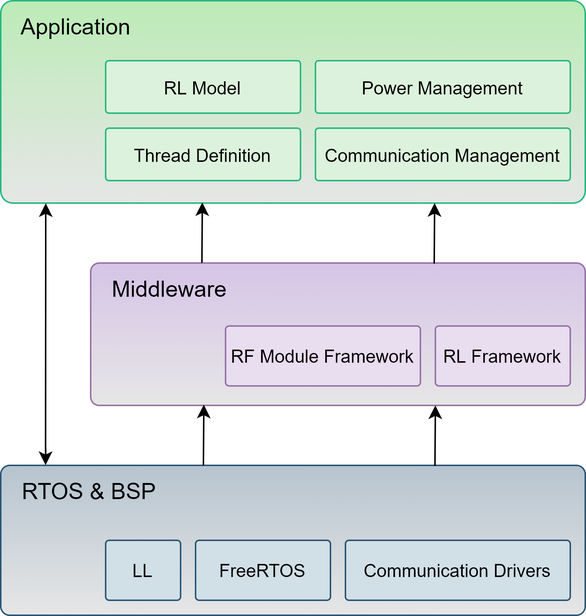
esrg-silent-howl/zephyrus keeps this draw.io diagram as 2. Analysis/4. Software Architecture/software_architecture_local.png. Above is the earlier version. Source tidied: cells renumbered, new cells last; positions are measured from the earlier drawing's top-left corner, leaving out a move shared by most shapes.
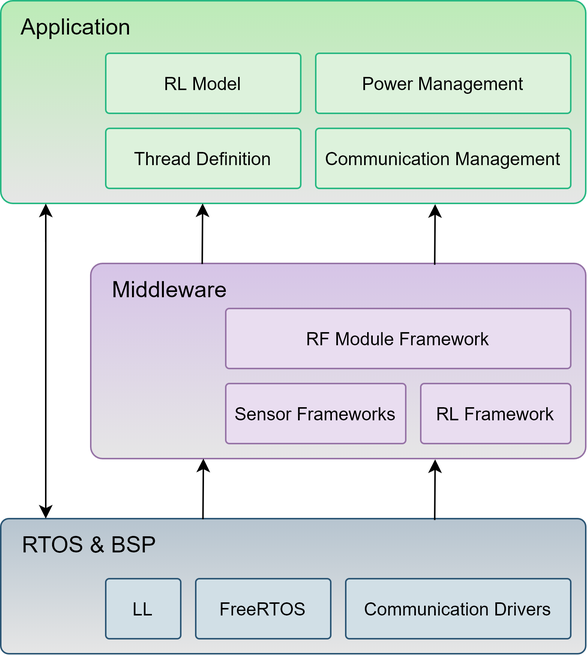
The same diagram one commit later.

Commit message:
ADD: Sensor frameworks added to the local system's Software Overview

The edit, as a diff of the source:
```diff
@@ -3,69 +3,72 @@
     <mxCell id="0" />
     <mxCell id="1" parent="0" />
     <mxCell id="2" value="&amp;nbsp; &amp;nbsp;Application" style="rounded=1;whiteSpace=wrap;html=1;align=left;verticalAlign=top;arcSize=6;fontSize=15;spacingTop=2;fillColor=#BCEBB7;strokeColor=#27B882;gradientColor=#E6E6E6;gradientDirection=south;" parent="1" vertex="1">
-      <mxGeometry width="390" height="135" as="geometry" />
+      <mxGeometry y="-55" width="390" height="135" as="geometry" />
     </mxCell>
     <mxCell id="3" value="&amp;nbsp; &amp;nbsp;Middleware" style="rounded=1;whiteSpace=wrap;html=1;align=left;verticalAlign=top;arcSize=6;fontSize=15;spacingTop=2;strokeColor=#9673a6;fillColor=#D6C4E7;gradientDirection=south;gradientColor=#E6E6E6;" parent="1" vertex="1">
-      <mxGeometry x="60" y="175" width="330" height="95" as="geometry" />
+      <mxGeometry x="60" y="120" width="330" height="130" as="geometry" />
     </mxCell>
     <mxCell id="4" value="&amp;nbsp; &amp;nbsp;RTOS &amp;amp; BSP" style="rounded=1;whiteSpace=wrap;html=1;align=left;verticalAlign=top;arcSize=6;fontSize=15;strokeColor=#2C5675;spacingTop=2;fillColor=#B6C4CF;gradientColor=#E6E6E6;gradientDirection=south;" parent="1" vertex="1">
-      <mxGeometry y="310" width="390" height="100" as="geometry" />
+      <mxGeometry y="290" width="390" height="90" as="geometry" />
     </mxCell>
     <mxCell id="5" value="Communication Drivers" style="rounded=1;whiteSpace=wrap;html=1;align=center;verticalAlign=middle;arcSize=6;strokeColor=#2C5675;fillColor=#D1DFE6;" parent="1" vertex="1">
-      <mxGeometry x="230" y="360" width="150" height="40" as="geometry" />
+      <mxGeometry x="230" y="330" width="150" height="40" as="geometry" />
     </mxCell>
     <mxCell id="6" value="FreeRTOS" style="rounded=1;whiteSpace=wrap;html=1;align=center;verticalAlign=middle;arcSize=6;strokeColor=#2C5675;fillColor=#D1DFE6;" parent="1" vertex="1">
-      <mxGeometry x="130" y="360" width="90" height="40" as="geometry" />
+      <mxGeometry x="130" y="330" width="90" height="40" as="geometry" />
     </mxCell>
     <mxCell id="7" value="&lt;font style=&quot;font-size: 12px&quot;&gt;Communication Management&lt;/font&gt;" style="rounded=1;whiteSpace=wrap;html=1;align=center;verticalAlign=middle;arcSize=6;strokeColor=#27B882;fillColor=#DDF2DC;" parent="1" vertex="1">
-      <mxGeometry x="210" y="85" width="170" height="35" as="geometry" />
+      <mxGeometry x="210" y="30" width="170" height="40" as="geometry" />
     </mxCell>
     <mxCell id="8" value="RF Module Framework" style="rounded=1;whiteSpace=wrap;html=1;align=center;verticalAlign=middle;arcSize=6;strokeColor=#9673a6;fillColor=#E9DDF0;" parent="1" vertex="1">
-      <mxGeometry x="150" y="217" width="130" height="40" as="geometry" />
+      <mxGeometry x="150" y="150" width="230" height="40" as="geometry" />
     </mxCell>
     <mxCell id="9" value="RL Framework" style="rounded=1;whiteSpace=wrap;html=1;align=center;verticalAlign=middle;arcSize=6;strokeColor=#9673a6;fillColor=#E9DDF0;" parent="1" vertex="1">
-      <mxGeometry x="290" y="217" width="90" height="40" as="geometry" />
+      <mxGeometry x="280" y="200" width="100" height="40" as="geometry" />
     </mxCell>
     <mxCell id="10" value="Thread Definition" style="rounded=1;whiteSpace=wrap;html=1;align=center;verticalAlign=middle;arcSize=6;strokeColor=#27B882;fillColor=#DDF2DC;" parent="1" vertex="1">
-      <mxGeometry x="70" y="85" width="130" height="35" as="geometry" />
+      <mxGeometry x="70" y="30" width="130" height="40" as="geometry" />
     </mxCell>
     <mxCell id="11" value="Power Management" style="rounded=1;whiteSpace=wrap;html=1;align=center;verticalAlign=middle;arcSize=6;strokeColor=#27B882;fillColor=#DDF2DC;" parent="1" vertex="1">
-      <mxGeometry x="210" y="40" width="170" height="35" as="geometry" />
+      <mxGeometry x="210" y="-20" width="170" height="40" as="geometry" />
     </mxCell>
     <mxCell id="12" value="RL Model" style="rounded=1;whiteSpace=wrap;html=1;align=center;verticalAlign=middle;arcSize=6;strokeColor=#27B882;fillColor=#DDF2DC;" parent="1" vertex="1">
-      <mxGeometry x="70" y="40" width="130" height="35" as="geometry" />
+      <mxGeometry x="70" y="-20" width="130" height="40" as="geometry" />
     </mxCell>
     <mxCell id="13" style="rounded=0;orthogonalLoop=1;jettySize=auto;html=1;startArrow=classic;startFill=1;fontSize=16;endArrow=none;endFill=0;entryX=0.249;entryY=0.004;entryDx=0;entryDy=0;entryPerimeter=0;" parent="1" edge="1">
       <mxGeometry relative="1" as="geometry">
-        <mxPoint x="134.5" y="134.5" as="sourcePoint" />
-        <mxPoint x="134.2" y="174.9" as="targetPoint" />
+        <mxPoint x="134.6" y="80" as="sourcePoint" />
+        <mxPoint x="134.3" y="120.4" as="targetPoint" />
       </mxGeometry>
     </mxCell>
-    <mxCell id="14" style="rounded=0;jettySize=auto;html=1;entryX=0.077;entryY=1.001;entryDx=0;entryDy=0;entryPerimeter=0;exitX=0.122;exitY=-0.002;exitDx=0;exitDy=0;exitPerimeter=0;startArrow=classic;startFill=1;edgeStyle=orthogonalEdgeStyle;curved=1;" parent="1" edge="1" target="2">
+    <mxCell id="14" style="rounded=0;jettySize=auto;html=1;entryX=0.077;entryY=1.001;entryDx=0;entryDy=0;entryPerimeter=0;startArrow=classic;startFill=1;edgeStyle=orthogonalEdgeStyle;curved=1;" parent="1" edge="1" target="2">
       <mxGeometry relative="1" as="geometry">
-        <mxPoint x="29.9" y="309.8" as="sourcePoint" />
+        <mxPoint x="30" y="290" as="sourcePoint" />
       </mxGeometry>
     </mxCell>
     <mxCell id="15" style="rounded=0;orthogonalLoop=1;jettySize=auto;html=1;startArrow=classic;startFill=1;fontSize=16;endArrow=none;endFill=0;entryX=0.249;entryY=0.004;entryDx=0;entryDy=0;entryPerimeter=0;" parent="1" edge="1">
       <mxGeometry relative="1" as="geometry">
-        <mxPoint x="290" y="270" as="sourcePoint" />
-        <mxPoint x="289.7" y="310.4" as="targetPoint" />
+        <mxPoint x="289.6" y="250.5" as="sourcePoint" />
+        <mxPoint x="289.3" y="290.9" as="targetPoint" />
       </mxGeometry>
     </mxCell>
     <mxCell id="16" style="rounded=0;orthogonalLoop=1;jettySize=auto;html=1;startArrow=classic;startFill=1;fontSize=16;endArrow=none;endFill=0;entryX=0.249;entryY=0.004;entryDx=0;entryDy=0;entryPerimeter=0;" parent="1" edge="1">
       <mxGeometry relative="1" as="geometry">
-        <mxPoint x="135.5" y="269.5" as="sourcePoint" />
-        <mxPoint x="135.2" y="309.9" as="targetPoint" />
+        <mxPoint x="135.1" y="250" as="sourcePoint" />
+        <mxPoint x="134.8" y="290.4" as="targetPoint" />
       </mxGeometry>
     </mxCell>
     <mxCell id="17" style="rounded=0;orthogonalLoop=1;jettySize=auto;html=1;startArrow=classic;startFill=1;fontSize=16;endArrow=none;endFill=0;entryX=0.249;entryY=0.004;entryDx=0;entryDy=0;entryPerimeter=0;" parent="1" edge="1">
       <mxGeometry relative="1" as="geometry">
-        <mxPoint x="289.5" y="135" as="sourcePoint" />
-        <mxPoint x="289.2" y="175.4" as="targetPoint" />
+        <mxPoint x="289.6" y="80.5" as="sourcePoint" />
+        <mxPoint x="289.3" y="120.9" as="targetPoint" />
       </mxGeometry>
     </mxCell>
     <mxCell id="18" value="LL" style="rounded=1;whiteSpace=wrap;html=1;align=center;verticalAlign=middle;arcSize=6;strokeColor=#2C5675;fillColor=#D1DFE6;" parent="1" vertex="1">
-      <mxGeometry x="70" y="360" width="50" height="40" as="geometry" />
+      <mxGeometry x="70" y="330" width="50" height="40" as="geometry" />
     </mxCell>
+    <mxCell id="19" value="Sensor Frameworks" style="rounded=1;whiteSpace=wrap;html=1;align=center;verticalAlign=middle;arcSize=6;strokeColor=#9673a6;fillColor=#E9DDF0;" parent="1" vertex="1">
+      <mxGeometry x="150" y="200" width="120" height="40" as="geometry" />
+    </mxCell>
   </root>
 </mxGraphModel>
```
